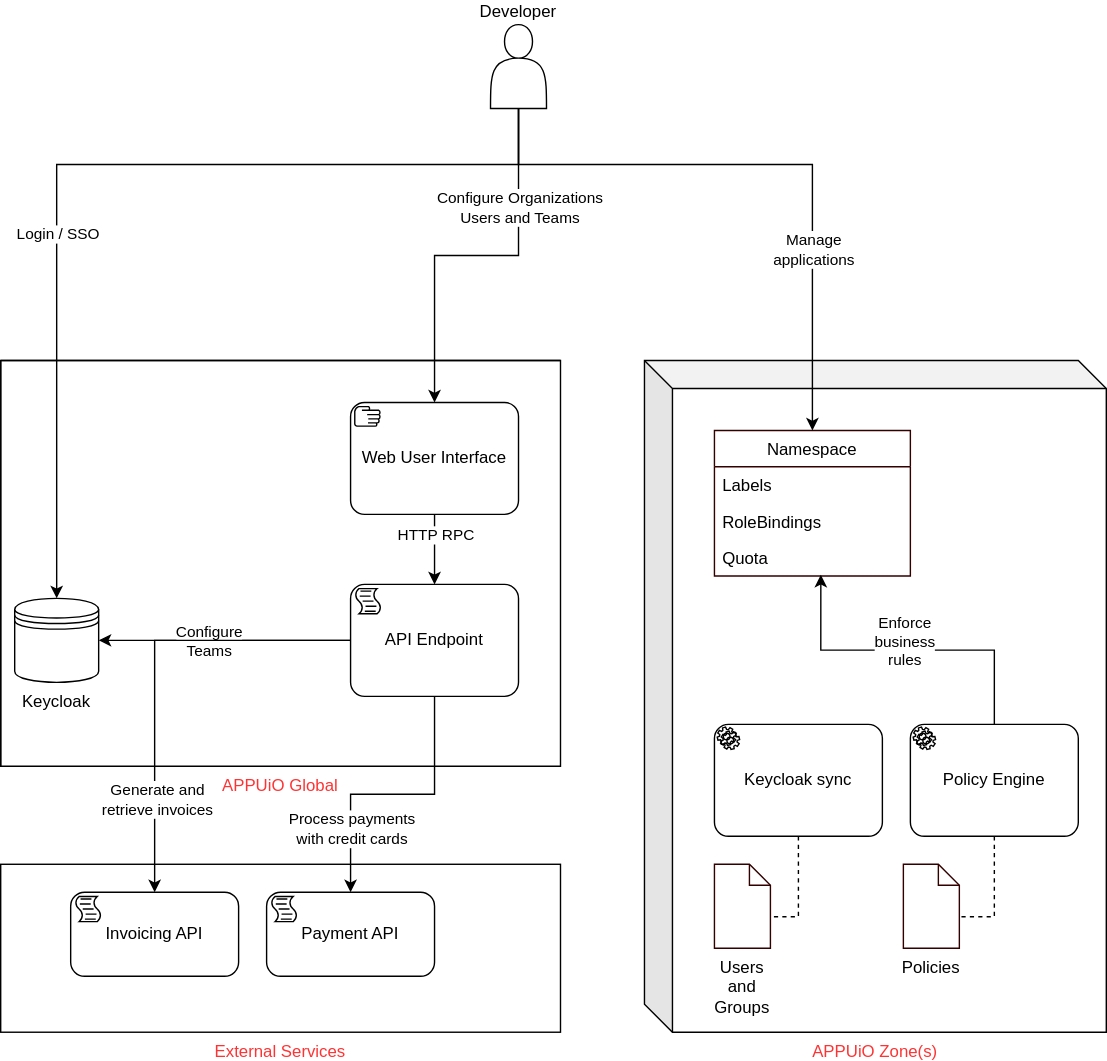
The draw.io diagram docs/modules/ROOT/assets/images/system/systemidea.drawio.svg in appuio/appuio-io-docs, before a commit. Source tidied: cells renumbered, new cells last; positions are measured from the earlier drawing's top-left corner, leaving out a move shared by most shapes.
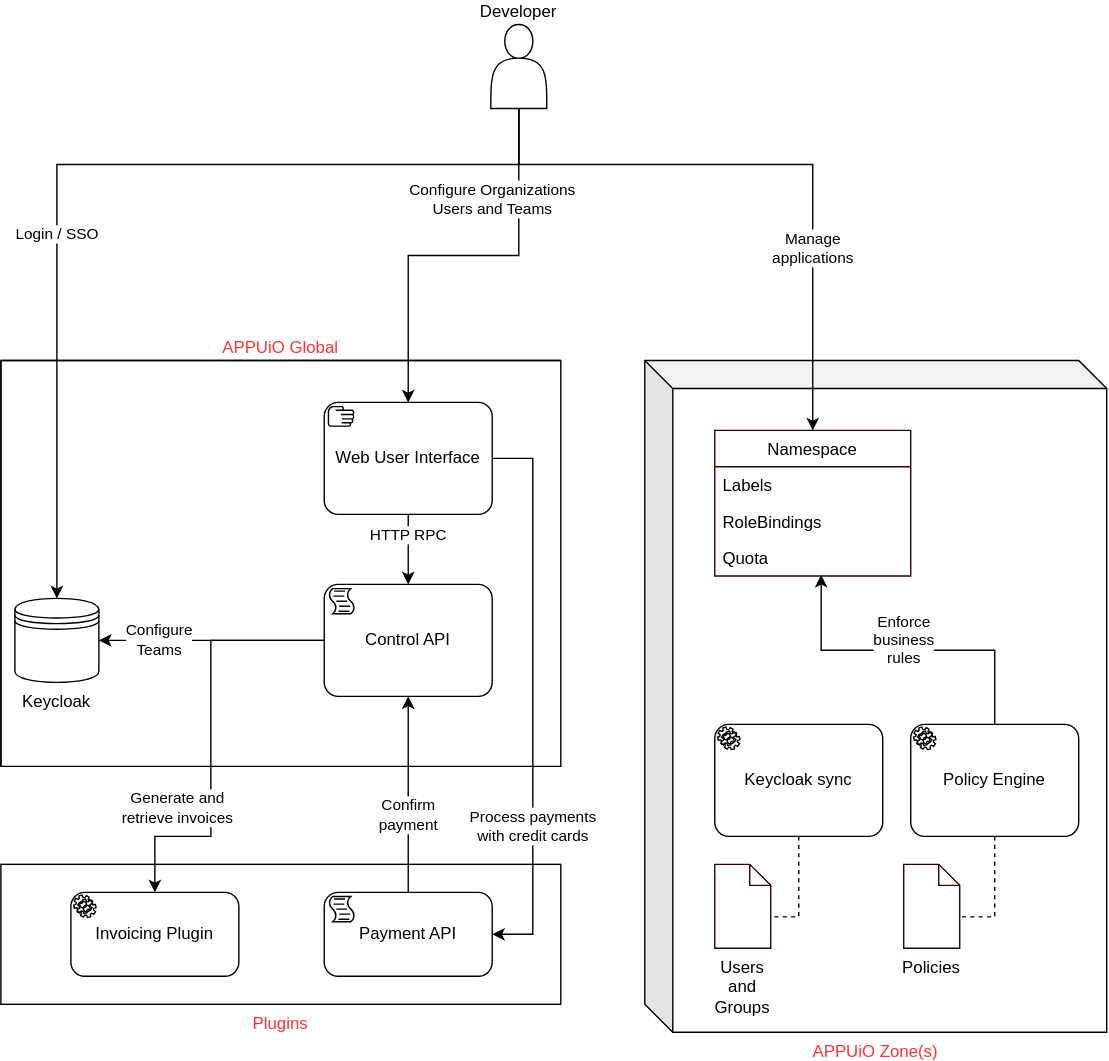
After the commit.

What changed in the source:
```diff
@@ -50,10 +50,10 @@
         <mxPoint x="-63" y="-5" as="offset" />
       </mxGeometry>
     </mxCell>
-    <mxCell id="16" value="External Services" style="rounded=0;whiteSpace=wrap;html=1;labelPosition=center;verticalLabelPosition=bottom;align=center;verticalAlign=top;fontColor=#FF3333;" parent="1" vertex="1">
-      <mxGeometry y="600" width="400" height="120" as="geometry" />
+    <mxCell id="16" value="Plugins" style="rounded=0;whiteSpace=wrap;html=1;labelPosition=center;verticalLabelPosition=bottom;align=center;verticalAlign=top;fontColor=#FF3333;" parent="1" vertex="1">
+      <mxGeometry y="600" width="400" height="100" as="geometry" />
     </mxCell>
-    <mxCell id="17" value="APPUiO Global" style="shape=cube;whiteSpace=wrap;html=1;boundedLbl=1;backgroundOutline=1;darkOpacity=0.05;darkOpacity2=0.1;labelPosition=center;verticalLabelPosition=bottom;align=center;verticalAlign=top;size=0;fontColor=#FF3333;" parent="1" vertex="1">
+    <mxCell id="17" value="APPUiO Global" style="shape=cube;whiteSpace=wrap;html=1;boundedLbl=1;backgroundOutline=1;darkOpacity=0.05;darkOpacity2=0.1;labelPosition=center;verticalLabelPosition=top;align=center;verticalAlign=bottom;size=0;fontColor=#FF3333;" parent="1" vertex="1">
       <mxGeometry y="240" width="400" height="290" as="geometry" />
     </mxCell>
     <mxCell id="18" value="Keycloak" style="shape=datastore;whiteSpace=wrap;html=1;labelPosition=center;verticalLabelPosition=bottom;align=center;verticalAlign=top;" parent="1" vertex="1">
@@ -92,7 +92,7 @@
       </mxGeometry>
     </mxCell>
     <mxCell id="26" value="Web User Interface" style="points=[[0.25,0,0],[0.5,0,0],[0.75,0,0],[1,0.25,0],[1,0.5,0],[1,0.75,0],[0.75,1,0],[0.5,1,0],[0.25,1,0],[0,0.75,0],[0,0.5,0],[0,0.25,0]];shape=mxgraph.bpmn.task;whiteSpace=wrap;rectStyle=rounded;size=10;taskMarker=manual;" parent="1" vertex="1">
-      <mxGeometry x="250" y="270" width="120" height="80" as="geometry" />
+      <mxGeometry x="231" y="270" width="120" height="80" as="geometry" />
     </mxCell>
     <mxCell id="27" style="edgeStyle=orthogonalEdgeStyle;rounded=0;jettySize=auto;html=1;exitX=0.5;exitY=1;exitDx=0;exitDy=0;entryX=0.5;entryY=0;entryDx=0;entryDy=0;" parent="1" edge="1" source="23" target="10">
       <mxGeometry relative="1" as="geometry">
@@ -112,35 +112,50 @@
     </mxCell>
     <mxCell id="30" value="Configure&lt;br&gt;Teams" style="edgeLabel;html=1;align=center;verticalAlign=middle;" parent="29" vertex="1">
       <mxGeometry x="0.23" y="-1" relative="1" as="geometry">
-        <mxPoint x="9" y="1" as="offset" />
+        <mxPoint x="-19" y="1" as="offset" />
       </mxGeometry>
     </mxCell>
-    <mxCell id="31" style="edgeStyle=orthogonalEdgeStyle;rounded=0;jettySize=auto;html=1;entryX=0.5;entryY=0;entryDx=0;entryDy=0;entryPerimeter=0;" parent="1" edge="1" source="35" target="37">
-      <mxGeometry relative="1" as="geometry" />
+    <mxCell id="31" style="edgeStyle=orthogonalEdgeStyle;rounded=0;jettySize=auto;html=1;entryX=1;entryY=0.5;entryDx=0;entryDy=0;entryPerimeter=0;exitX=1;exitY=0.5;exitDx=0;exitDy=0;exitPerimeter=0;" parent="1" edge="1" source="26" target="37">
+      <mxGeometry relative="1" as="geometry">
+        <Array as="points">
+          <mxPoint x="380" y="310" />
+          <mxPoint x="380" y="650" />
+        </Array>
+      </mxGeometry>
     </mxCell>
     <mxCell id="32" value="Process payments&lt;br&gt;with credit cards" style="edgeLabel;html=1;align=center;verticalAlign=middle;fontColor=#000000;" parent="31" vertex="1">
       <mxGeometry x="0.4" y="2" relative="1" as="geometry">
         <mxPoint x="-2" y="14" as="offset" />
       </mxGeometry>
     </mxCell>
-    <mxCell id="33" style="edgeStyle=orthogonalEdgeStyle;rounded=0;jettySize=auto;html=1;entryX=0.5;entryY=0;entryDx=0;entryDy=0;entryPerimeter=0;" parent="1" edge="1" source="35" target="36">
+    <mxCell id="33" style="edgeStyle=orthogonalEdgeStyle;rounded=0;jettySize=auto;html=1;entryX=0.5;entryY=0;entryDx=0;entryDy=0;entryPerimeter=0;" parent="1" edge="1" source="35" target="40">
       <mxGeometry relative="1" as="geometry">
         <Array as="points">
-          <mxPoint x="110" y="440" />
+          <mxPoint x="150" y="440" />
+          <mxPoint x="150" y="580" />
+          <mxPoint x="110" y="580" />
         </Array>
       </mxGeometry>
     </mxCell>
     <mxCell id="34" value="Generate and&lt;br&gt;retrieve invoices" style="edgeLabel;html=1;align=center;verticalAlign=middle;fontColor=#000000;" parent="33" vertex="1">
-      <mxGeometry x="0.58" y="1" relative="1" as="geometry" />
+      <mxGeometry x="0.58" y="1" relative="1" as="geometry">
+        <mxPoint x="-7" y="-21" as="offset" />
+      </mxGeometry>
     </mxCell>
-    <mxCell id="35" value="API Endpoint" style="points=[[0.25,0,0],[0.5,0,0],[0.75,0,0],[1,0.25,0],[1,0.5,0],[1,0.75,0],[0.75,1,0],[0.5,1,0],[0.25,1,0],[0,0.75,0],[0,0.5,0],[0,0.25,0]];shape=mxgraph.bpmn.task;whiteSpace=wrap;rectStyle=rounded;size=10;taskMarker=script;" parent="1" vertex="1">
-      <mxGeometry x="250" y="400" width="120" height="80" as="geometry" />
+    <mxCell id="35" value="Control API" style="points=[[0.25,0,0],[0.5,0,0],[0.75,0,0],[1,0.25,0],[1,0.5,0],[1,0.75,0],[0.75,1,0],[0.5,1,0],[0.25,1,0],[0,0.75,0],[0,0.5,0],[0,0.25,0]];shape=mxgraph.bpmn.task;whiteSpace=wrap;rectStyle=rounded;size=10;taskMarker=script;" parent="1" vertex="1">
+      <mxGeometry x="231" y="400" width="120" height="80" as="geometry" />
     </mxCell>
-    <mxCell id="36" value="Invoicing API" style="points=[[0.25,0,0],[0.5,0,0],[0.75,0,0],[1,0.25,0],[1,0.5,0],[1,0.75,0],[0.75,1,0],[0.5,1,0],[0.25,1,0],[0,0.75,0],[0,0.5,0],[0,0.25,0]];shape=mxgraph.bpmn.task;whiteSpace=wrap;rectStyle=rounded;size=10;taskMarker=script;" parent="1" vertex="1">
-      <mxGeometry x="50" y="620" width="120" height="60" as="geometry" />
-    </mxCell>
+    <mxCell id="38" style="edgeStyle=orthogonalEdgeStyle;rounded=0;jettySize=auto;html=1;exitX=0.5;exitY=0;exitDx=0;exitDy=0;exitPerimeter=0;entryX=0.5;entryY=1;entryDx=0;entryDy=0;entryPerimeter=0;" parent="1" edge="1" source="37" target="35">
+      <mxGeometry relative="1" as="geometry" />
+    </mxCell>
+    <mxCell id="39" value="Confirm&lt;br&gt;payment" style="edgeLabel;html=1;align=center;verticalAlign=middle;" parent="38" vertex="1">
+      <mxGeometry x="-0.21" relative="1" as="geometry" />
+    </mxCell>
     <mxCell id="37" value="Payment API" style="points=[[0.25,0,0],[0.5,0,0],[0.75,0,0],[1,0.25,0],[1,0.5,0],[1,0.75,0],[0.75,1,0],[0.5,1,0],[0.25,1,0],[0,0.75,0],[0,0.5,0],[0,0.25,0]];shape=mxgraph.bpmn.task;whiteSpace=wrap;rectStyle=rounded;size=10;taskMarker=script;" parent="1" vertex="1">
-      <mxGeometry x="190" y="620" width="120" height="60" as="geometry" />
+      <mxGeometry x="231" y="620" width="120" height="60" as="geometry" />
     </mxCell>
+    <mxCell id="40" value="Invoicing Plugin" style="points=[[0.25,0,0],[0.5,0,0],[0.75,0,0],[1,0.25,0],[1,0.5,0],[1,0.75,0],[0.75,1,0],[0.5,1,0],[0.25,1,0],[0,0.75,0],[0,0.5,0],[0,0.25,0]];shape=mxgraph.bpmn.task;whiteSpace=wrap;rectStyle=rounded;size=10;taskMarker=service;" parent="1" vertex="1">
+      <mxGeometry x="50" y="620" width="120" height="60" as="geometry" />
+    </mxCell>
   </root>
 </mxGraphModel>
```
